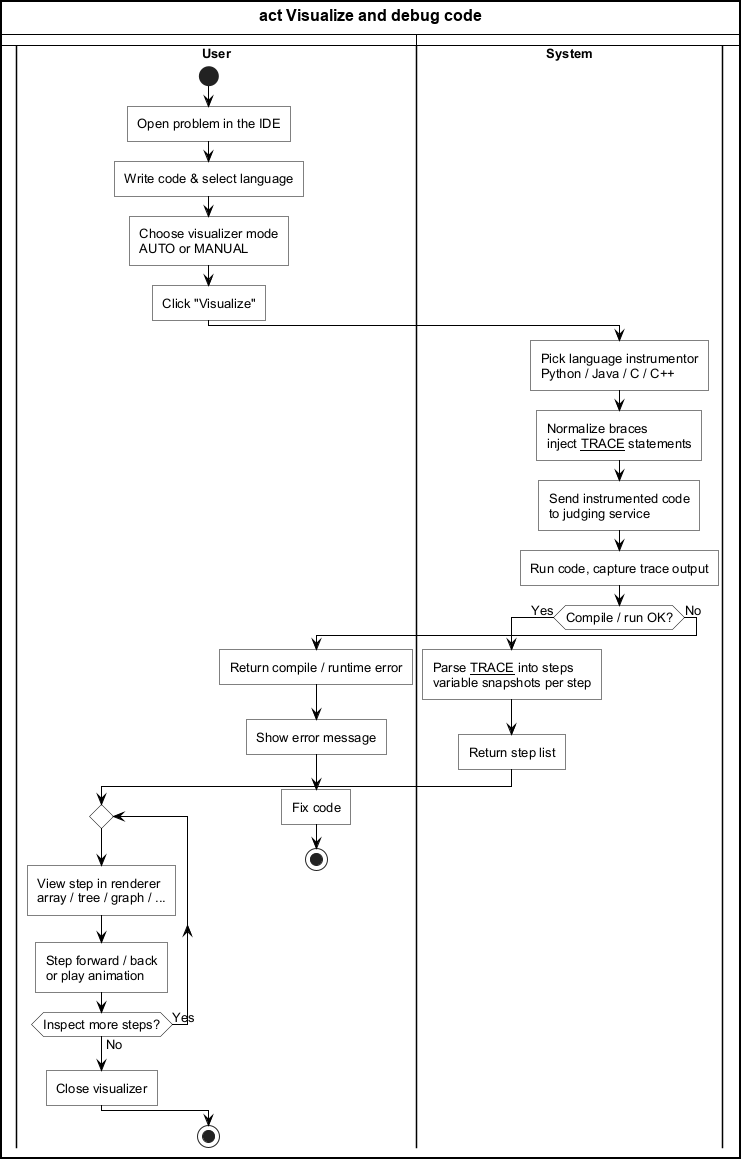
Earlier version of the PlantUML export Thesis/final/figures/activity-visualize.png (InfiniteGosi/TDTUOJ). Its source is kept beside it as Thesis/final/figures/activity-visualize.puml. Source of this version:
```plantuml
@startuml activity-visualize
skinparam shadowing false
skinparam defaultFontName Arial
skinparam defaultFontSize 13
skinparam roundCorner 0
skinparam ArrowColor #000000
skinparam ActivityBackgroundColor #FFFFFF
skinparam ActivityBorderColor #000000
skinparam ActivityFontColor #000000
skinparam ActivityDiamondBackgroundColor #FFFFFF
skinparam ActivityDiamondBorderColor #000000
skinparam SwimlaneTitleFontStyle bold
skinparam SwimlaneBorderColor #000000

|User|
start
:Open problem in the IDE;
:Write code & select language;
:Choose visualizer mode\nAUTO or MANUAL;
:Click "Visualize";

|System|
:Pick language instrumentor\nPython / Java / C / C++;
:Normalize braces\ninject __TRACE__ statements;
:Send instrumented code\nto judging service;
:Run code, capture trace output;

if (Compile / run OK?) then (Yes)
  :Parse __TRACE__ into steps\nvariable snapshots per step;
  :Return step list;
  |User|
  repeat
    :View step in renderer\narray / tree / graph / ...;
    :Step forward / back\nor play animation;
  repeat while (Inspect more steps?) is (Yes) not (No)
  :Close visualizer;
else (No)
  :Return compile / runtime error;
  |User|
  :Show error message;
  :Fix code;
  stop
endif
stop
@enduml
```
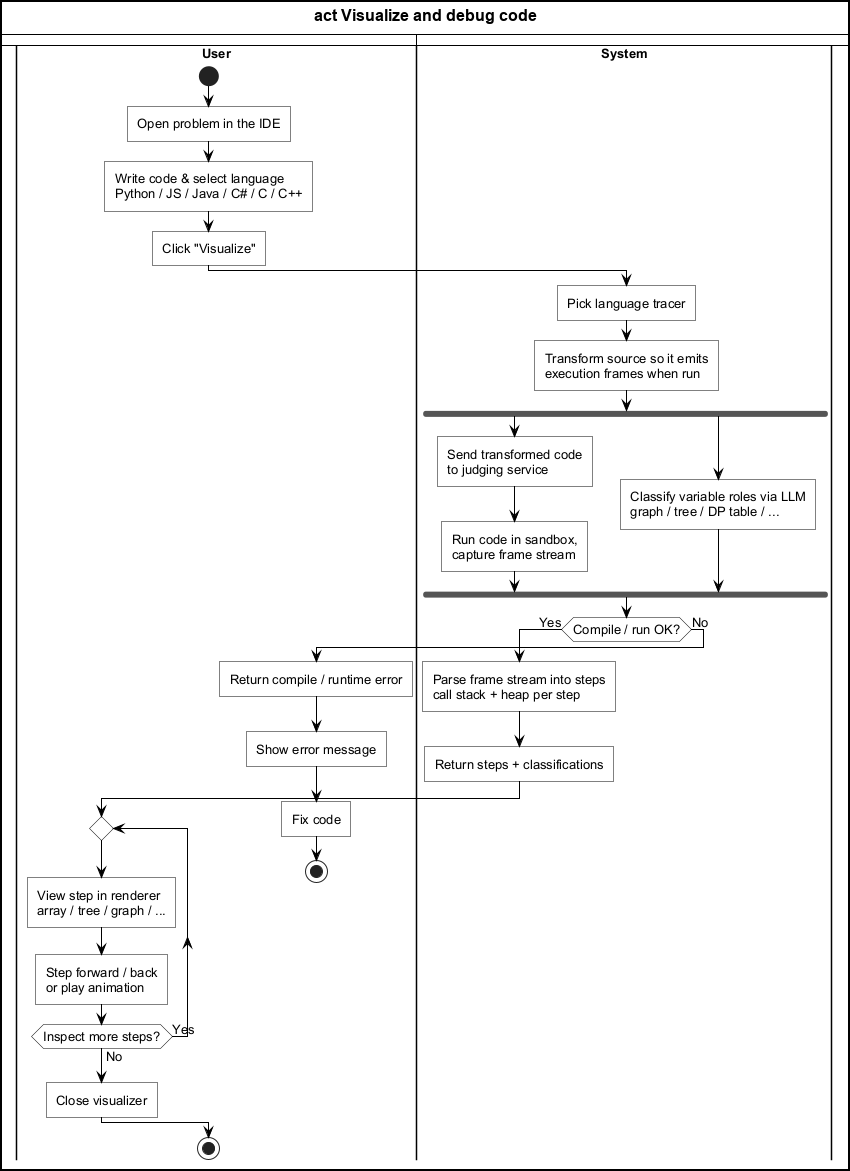
After the commit.

The edit, as a diff of the source:
```diff
@@ -15,19 +15,22 @@
 |User|
 start
 :Open problem in the IDE;
-:Write code & select language;
-:Choose visualizer mode\nAUTO or MANUAL;
+:Write code & select language\nPython / JS / Java / C# / C / C++;
 :Click "Visualize";
 
 |System|
-:Pick language instrumentor\nPython / Java / C / C++;
-:Normalize braces\ninject __TRACE__ statements;
-:Send instrumented code\nto judging service;
-:Run code, capture trace output;
+:Pick language tracer;
+:Transform source so it emits\nexecution frames when run;
+fork
+  :Send transformed code\nto judging service;
+  :Run code in sandbox,\ncapture frame stream;
+fork again
+  :Classify variable roles via LLM\ngraph / tree / DP table / ...;
+end fork
 
 if (Compile / run OK?) then (Yes)
-  :Parse __TRACE__ into steps\nvariable snapshots per step;
-  :Return step list;
+  :Parse frame stream into steps\ncall stack + heap per step;
+  :Return steps + classifications;
   |User|
   repeat
     :View step in renderer\narray / tree / graph / ...;
```
